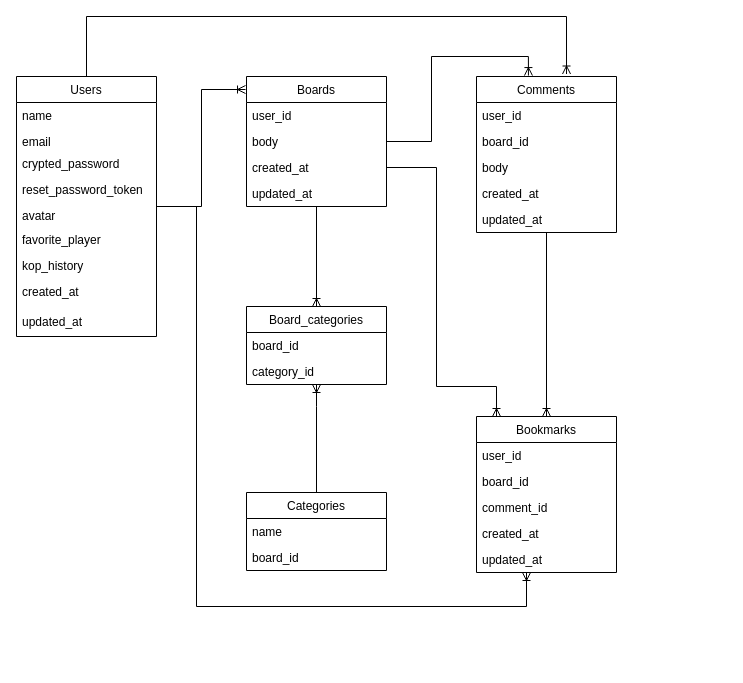
Before: er.drawio in sasakix69/You_Will_Never_Walk_Alone, a draw.io diagram. Source tidied: cells renumbered, new cells numbered last; positions are measured from the earlier drawing's top-left corner, leaving out a move shared by most shapes. Both pictures are drawn from the tidied source at 100%, with x=0, y=0 at pixel (16, 16).
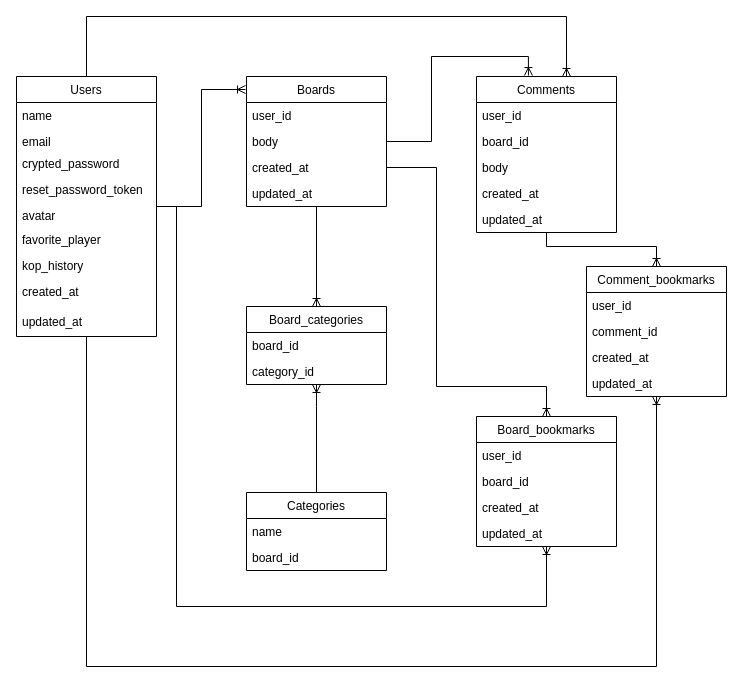
After the change.

Commit message:
Fix: ER図　Bookmark機能を「掲示板」と「コメント」でそれぞれ別の中間テーブルを用意

Unchanged cells that the change refers to:
```xml
<mxCell id="5" value="Users" style="swimlane;fontStyle=0;horizontal=1;startSize=26;fillColor=none;" parent="1" vertex="1">
  <mxGeometry y="60" width="140" height="260" as="geometry" />
</mxCell>
<mxCell id="28" value="Boards" style="swimlane;fontStyle=0;horizontal=1;startSize=26;fillColor=none;" parent="1" vertex="1">
  <mxGeometry x="230" y="60" width="140" height="130" as="geometry" />
</mxCell>
<mxCell id="33" value="Comments" style="swimlane;fontStyle=0;horizontal=1;startSize=26;fillColor=none;" parent="1" vertex="1">
  <mxGeometry x="460" y="60" width="140" height="156" as="geometry" />
</mxCell>
```

The edit, as a diff of the source:
```diff
@@
-    <mxCell id="2" style="edgeStyle=orthogonalEdgeStyle;rounded=0;jettySize=auto;html=1;entryX=0.643;entryY=-0.016;entryDx=0;entryDy=0;entryPerimeter=0;endArrow=ERoneToMany;endFill=0;" parent="1" edge="1" source="5" target="33">
+    <mxCell id="2" style="edgeStyle=orthogonalEdgeStyle;rounded=0;jettySize=auto;html=1;entryX=0.643;entryY=0;entryDx=0;entryDy=0;entryPerimeter=0;endArrow=ERoneToMany;endFill=0;" parent="1" edge="1" source="5" target="33">
       <mxGeometry relative="1" as="geometry">
         <Array as="points">
           <mxPoint x="70" />
           <mxPoint x="550" />
         </Array>
       </mxGeometry>
     </mxCell>
     <mxCell id="3" style="edgeStyle=orthogonalEdgeStyle;rounded=0;jettySize=auto;html=1;endArrow=ERoneToMany;endFill=0;" parent="1" edge="1" source="5" target="15">
       <mxGeometry relative="1" as="geometry">
         <Array as="points">
-          <mxPoint x="180" y="190" />
-          <mxPoint x="180" y="590" />
-          <mxPoint x="510" y="590" />
+          <mxPoint x="160" y="190" />
+          <mxPoint x="160" y="590" />
+          <mxPoint x="530" y="590" />
         </Array>
       </mxGeometry>
     </mxCell>
@@
+    <mxCell id="43" style="edgeStyle=orthogonalEdgeStyle;rounded=0;jettySize=auto;html=1;endArrow=ERoneToMany;endFill=0;" parent="1" edge="1" source="5" target="45">
+      <mxGeometry relative="1" as="geometry">
+        <Array as="points">
+          <mxPoint x="70" y="650" />
+          <mxPoint x="640" y="650" />
+        </Array>
+      </mxGeometry>
+    </mxCell>
@@
-    <mxCell id="15" value="Bookmarks" style="swimlane;fontStyle=0;horizontal=1;startSize=26;fillColor=none;" parent="1" vertex="1">
-      <mxGeometry x="460" y="400" width="140" height="156" as="geometry" />
+    <mxCell id="15" value="Board_bookmarks" style="swimlane;fontStyle=0;horizontal=1;startSize=26;fillColor=none;" parent="1" vertex="1">
+      <mxGeometry x="460" y="400" width="140" height="130" as="geometry" />
     </mxCell>
@@
-    <mxCell id="18" value="comment_id" style="text;strokeColor=none;fillColor=none;align=left;verticalAlign=top;spacingLeft=4;spacingRight=4;overflow=hidden;" parent="15" vertex="1">
-      <mxGeometry y="78" width="140" height="26" as="geometry" />
-    </mxCell>
     <mxCell id="19" value="created_at" style="text;strokeColor=none;fillColor=none;align=left;verticalAlign=top;spacingLeft=4;spacingRight=4;overflow=hidden;" parent="15" vertex="1">
-      <mxGeometry y="104" width="140" height="26" as="geometry" />
+      <mxGeometry y="78" width="140" height="26" as="geometry" />
     </mxCell>
     <mxCell id="20" value="updated_at" style="text;strokeColor=none;fillColor=none;align=left;verticalAlign=top;spacingLeft=4;spacingRight=4;overflow=hidden;" parent="15" vertex="1">
-      <mxGeometry y="130" width="140" height="26" as="geometry" />
+      <mxGeometry y="104" width="140" height="26" as="geometry" />
     </mxCell>
@@
-    <mxCell id="25" style="edgeStyle=orthogonalEdgeStyle;rounded=0;jettySize=auto;html=1;entryX=0.143;entryY=0;entryDx=0;entryDy=0;entryPerimeter=0;endArrow=ERoneToMany;endFill=0;" parent="1" edge="1" source="28" target="15">
+    <mxCell id="25" style="edgeStyle=orthogonalEdgeStyle;rounded=0;jettySize=auto;html=1;entryX=0.5;entryY=0;entryDx=0;entryDy=0;endArrow=ERoneToMany;endFill=0;" parent="1" edge="1" source="28" target="15">
       <mxGeometry relative="1" as="geometry">
         <Array as="points">
           <mxPoint x="420" y="151" />
           <mxPoint x="420" y="370" />
-          <mxPoint x="480" y="370" />
+          <mxPoint x="530" y="370" />
         </Array>
       </mxGeometry>
     </mxCell>
@@
+    <mxCell id="44" style="edgeStyle=orthogonalEdgeStyle;rounded=0;jettySize=auto;html=1;entryX=0.5;entryY=0;entryDx=0;entryDy=0;endArrow=ERoneToMany;endFill=0;" parent="1" edge="1" source="33" target="45">
+      <mxGeometry relative="1" as="geometry">
+        <Array as="points">
+          <mxPoint x="530" y="230" />
+          <mxPoint x="640" y="230" />
+        </Array>
+      </mxGeometry>
+    </mxCell>
@@
-    <mxCell id="39" style="edgeStyle=orthogonalEdgeStyle;rounded=0;jettySize=auto;html=1;entryX=0.5;entryY=0;entryDx=0;entryDy=0;endArrow=ERoneToMany;endFill=0;" parent="1" edge="1" source="33" target="15">
-      <mxGeometry relative="1" as="geometry" />
-    </mxCell>
@@
+    <mxCell id="45" value="Comment_bookmarks" style="swimlane;fontStyle=0;horizontal=1;startSize=26;" parent="1" vertex="1">
+      <mxGeometry x="570" y="250" width="140" height="130" as="geometry" />
+    </mxCell>
+    <mxCell id="46" value="user_id" style="text;strokeColor=none;fillColor=none;align=left;verticalAlign=top;spacingLeft=4;spacingRight=4;overflow=hidden;" parent="45" vertex="1">
+      <mxGeometry y="26" width="140" height="26" as="geometry" />
+    </mxCell>
+    <mxCell id="18" value="comment_id" style="text;strokeColor=none;fillColor=none;align=left;verticalAlign=top;spacingLeft=4;spacingRight=4;overflow=hidden;" parent="45" vertex="1">
+      <mxGeometry y="52" width="140" height="26" as="geometry" />
+    </mxCell>
+    <mxCell id="47" value="created_at" style="text;strokeColor=none;fillColor=none;align=left;verticalAlign=top;spacingLeft=4;spacingRight=4;overflow=hidden;" parent="45" vertex="1">
+      <mxGeometry y="78" width="140" height="26" as="geometry" />
+    </mxCell>
+    <mxCell id="48" value="updated_at" style="text;strokeColor=none;fillColor=none;align=left;verticalAlign=top;spacingLeft=4;spacingRight=4;overflow=hidden;" parent="45" vertex="1">
+      <mxGeometry y="104" width="140" height="26" as="geometry" />
+    </mxCell>
```
